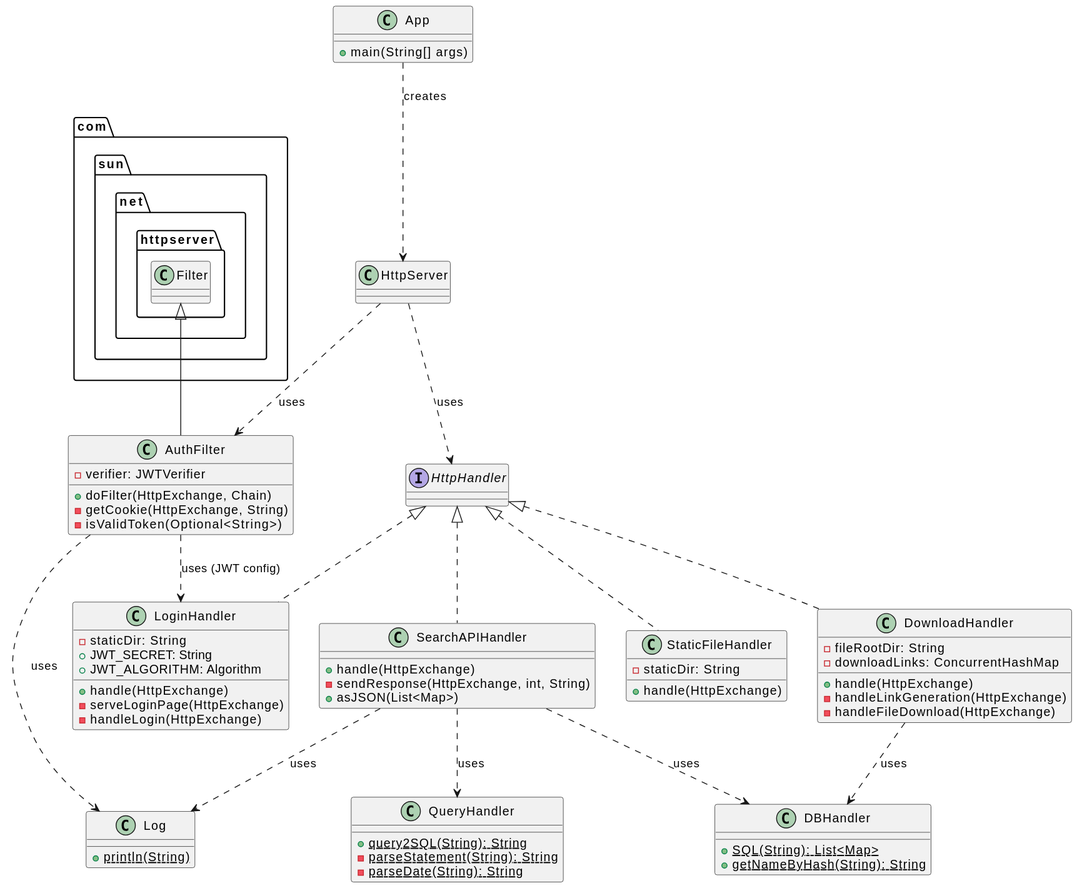
This is readme_pictures/sharing_platform-class_diagram.svg from yht0511/sharing_platform, a PlantUML export, as it was before one commit.
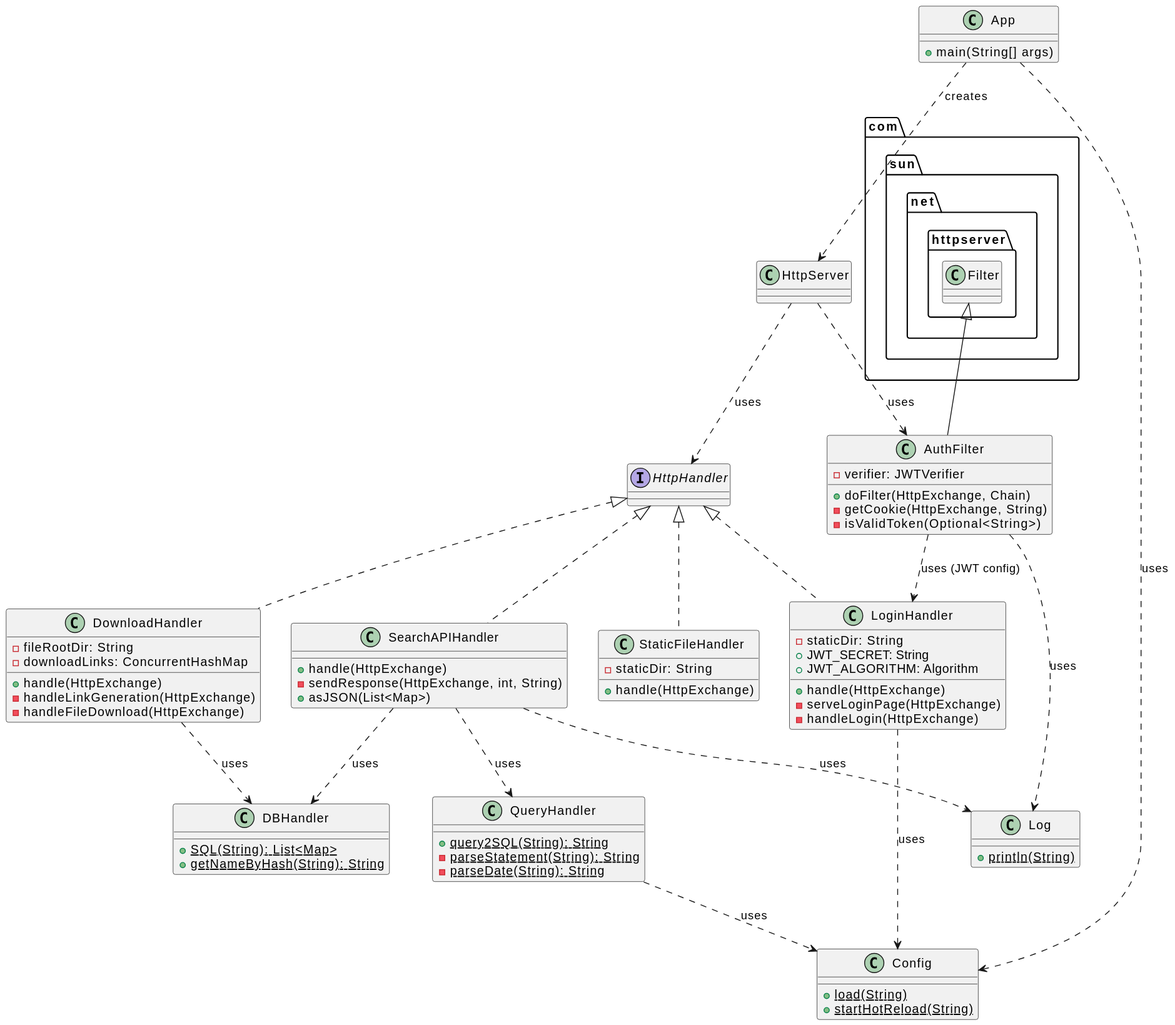
The same file after the commit.

Commit message:
Refactor: Introduce external config and optimize resource usage

Diff of the diagram source:
```diff
@@ -1,5 +1,10 @@
 @startuml
 interface HttpHandler
+
+class Config {
+  {static} +load(String)
+  {static} +startHotReload(String)
+}
 
 class App {
   +main(String[] args)
@@ -59,6 +64,9 @@
 HttpServer ..> HttpHandler : uses
 HttpServer ..> AuthFilter : uses
 
+App ..> Config : uses
+LoginHandler ..> Config : uses
+QueryHandler ..> Config : uses
 SearchAPIHandler ..> QueryHandler : uses
 SearchAPIHandler ..> DBHandler : uses
 DownloadHandler ..> DBHandler : uses
```
